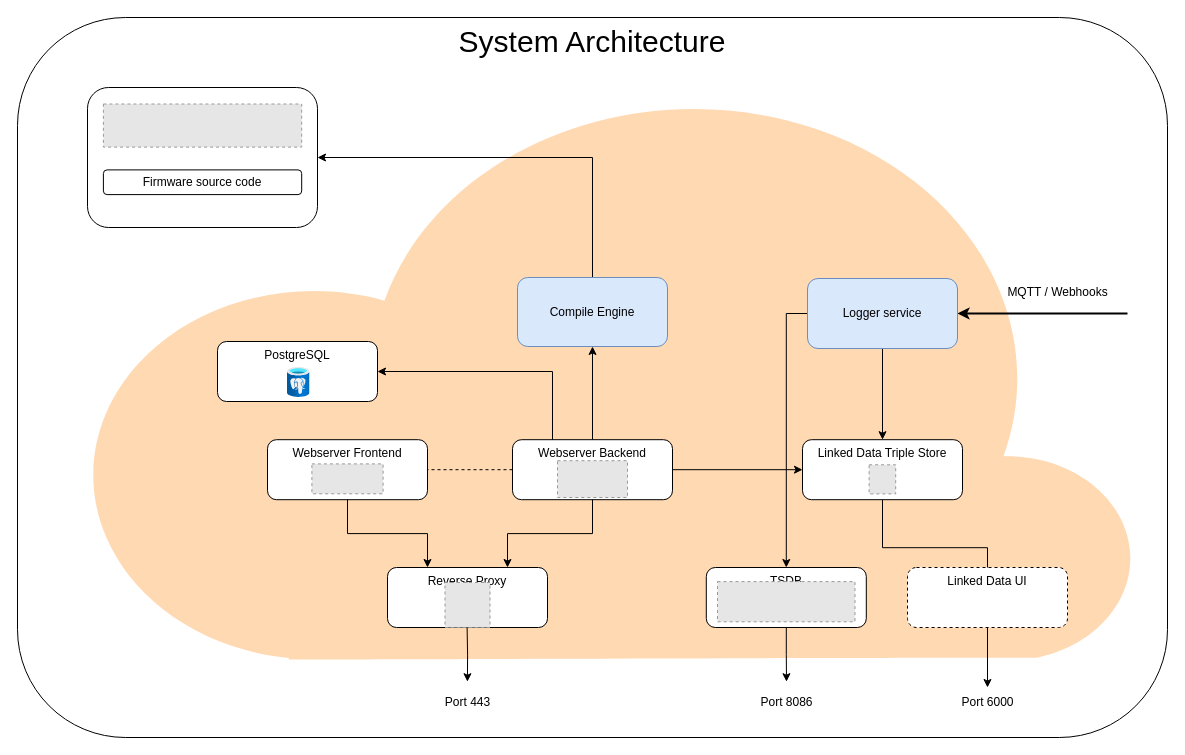
The draw.io diagram docs/diagrams/system_architecture.drawio in enricocirignaco/infrastructureforsensormanagment, before the edit. Source tidied: cells renumbered, new cells numbered last; positions are measured from the earlier drawing's top-left corner, leaving out a move shared by most shapes. Both pictures are drawn from the tidied source at 100%, with x=0, y=0 at pixel (17, 17). Pictures stored in the file or linked from it are replaced by grey dashed boxes.
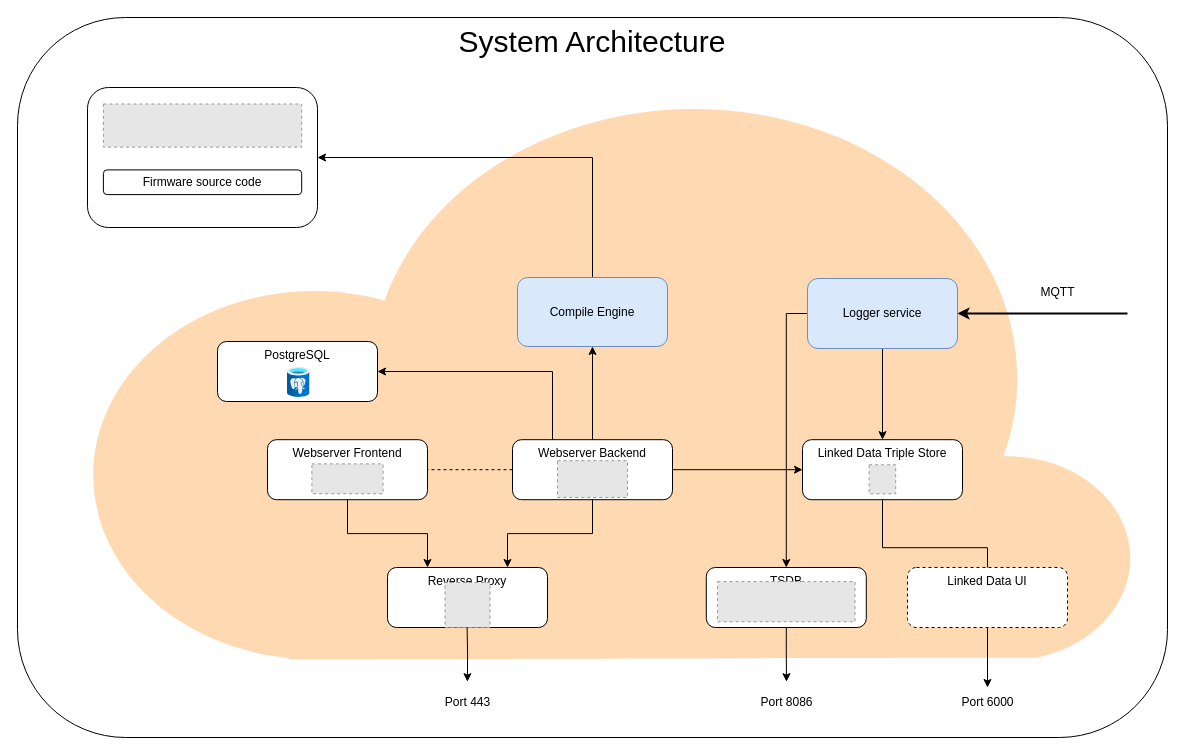
After the change.

Change to the diagram source:
```diff
@@
-    <mxCell id="25" value="MQTT / Webhooks" style="text;html=1;align=center;verticalAlign=middle;strokeColor=none;fillColor=none;" parent="1" vertex="1">
-      <mxGeometry x="980" y="260" width="120" height="30" as="geometry" />
+    <mxCell id="25" value="MQTT" style="text;html=1;align=center;verticalAlign=middle;strokeColor=none;fillColor=none;" parent="1" vertex="1">
+      <mxGeometry x="1010" y="260" width="60" height="30" as="geometry" />
     </mxCell>
```
